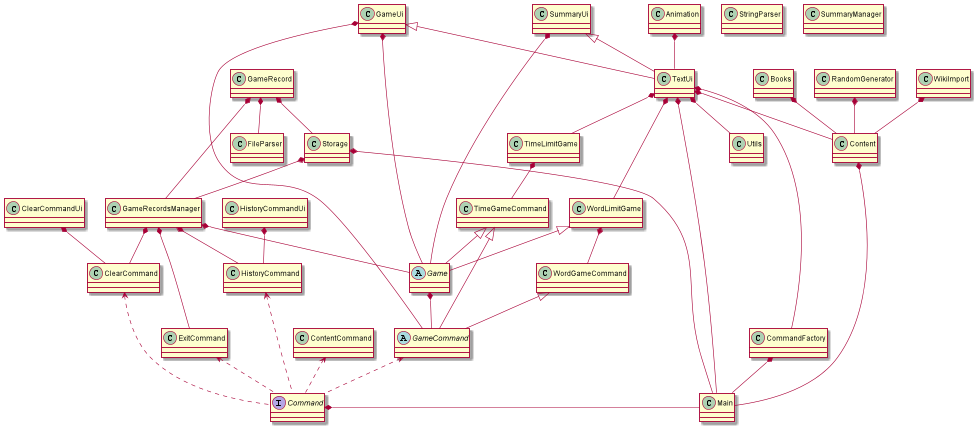
This is docs/diagrams/architecture.png from nus-cs2113-AY2122S1/tp, a PlantUML export, as it was before one commit.
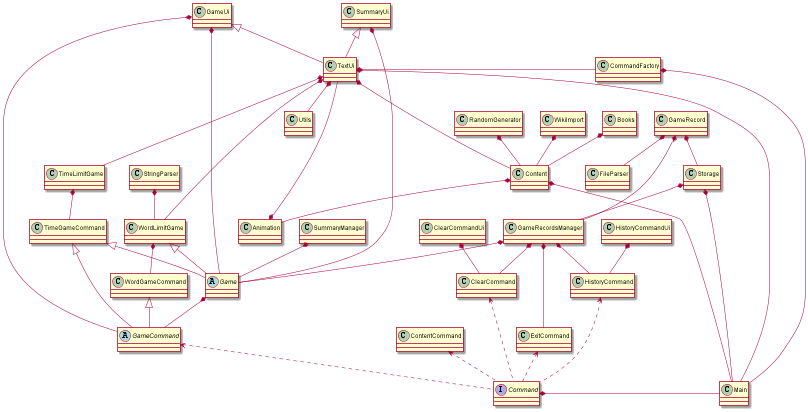
Later version of the same file.

Change to the diagram source:
```diff
@@ -48,8 +48,10 @@
 CommandFactory *-- Main
 Command *- Main
 Animation *-- TextUi
+Content *-- Animation
 GameUi *-- Game
 SummaryUi *-- Game
+SummaryManager *-- Game
 GameRecordsManager *-- Game
 Game *-- GameCommand
 GameUi *-- GameCommand
@@ -62,15 +64,16 @@
 WordLimitGame *-- WordGameCommand
 TextUi *- CommandFactory
 TextUi *-- Utils
-TextUi *-- Content
+TextUi *--- Content
 WikiImport *-- Content
 RandomGenerator *-- Content
 Books *-- Content
 Storage *-- GameRecordsManager
 GameRecord *-- GameRecordsManager
-TextUi *-- TimeLimitGame
+TextUi *--- TimeLimitGame
 TextUi *-- WordLimitGame
 GameRecord *-- FileParser
 GameRecord *-- Storage
+StringParser *-- WordLimitGame
 
 @enduml
```
